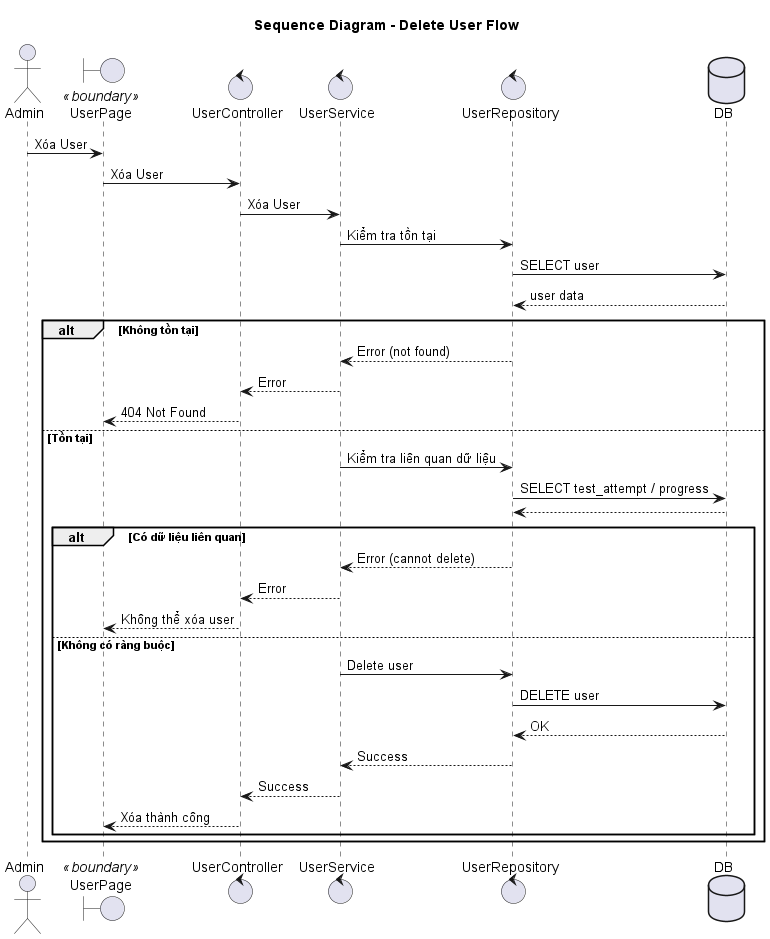
Before: out/sequence/xóa user/delete_user_sequence.png, a diagram exported from PlantUML (Faythpromax/E-Learning). The source it was exported from:
```plantuml
@startuml delete_user_sequence
title Sequence Diagram - Delete User Flow

actor Admin
boundary "UserPage" as UI <<boundary>>
control UserController
control UserService
control UserRepository
database DB

Admin -> UI: Xóa User
UI -> UserController: Xóa User

UserController -> UserService: Xóa User

UserService -> UserRepository: Kiểm tra tồn tại
UserRepository -> DB: SELECT user
DB --> UserRepository: user data

alt Không tồn tại
    UserRepository --> UserService: Error (not found)
    UserService --> UserController: Error
    UserController --> UI: 404 Not Found
else Tồn tại

    UserService -> UserRepository: Kiểm tra liên quan dữ liệu
    UserRepository -> DB: SELECT test_attempt / progress
    DB --> UserRepository

    alt Có dữ liệu liên quan
        UserRepository --> UserService: Error (cannot delete)
        UserService --> UserController: Error
        UserController --> UI: Không thể xóa user
    else Không có ràng buộc
        UserService -> UserRepository: Delete user
        UserRepository -> DB: DELETE user
        DB --> UserRepository: OK

        UserRepository --> UserService: Success
        UserService --> UserController: Success
        UserController --> UI: Xóa thành công
    end
end

@enduml
```
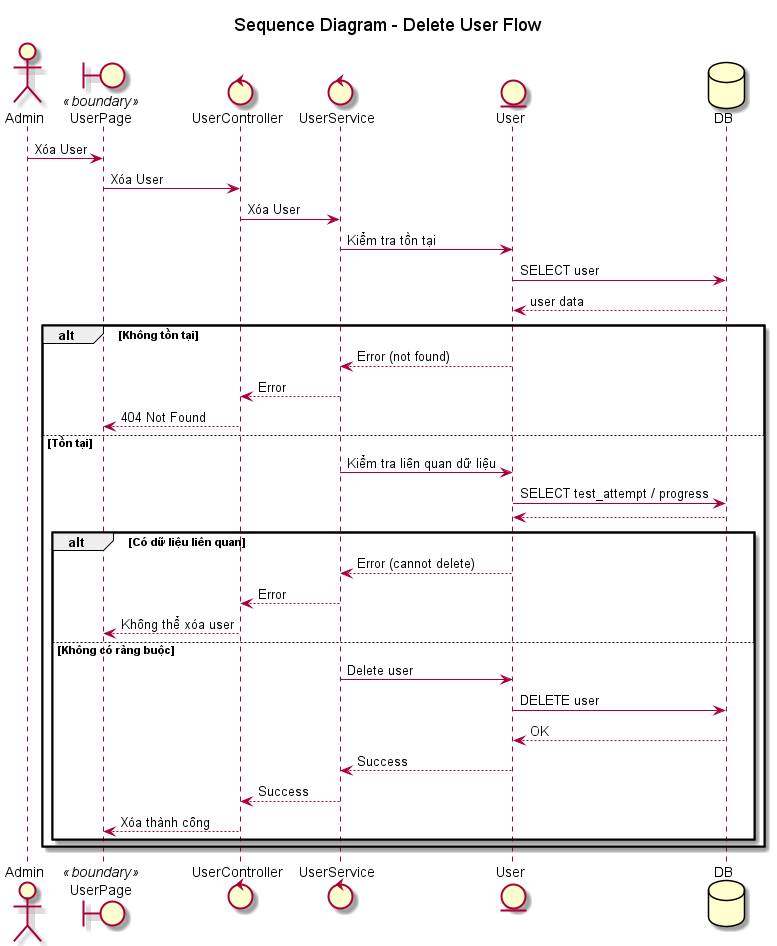
The same file after the commit.

Change to the diagram source:
```diff
@@ -5,7 +5,7 @@
 boundary "UserPage" as UI <<boundary>>
 control UserController
 control UserService
-control UserRepository
+entity "User" as User
 database DB
 
 Admin -> UI: Xóa User
@@ -13,30 +13,30 @@
 
 UserController -> UserService: Xóa User
 
-UserService -> UserRepository: Kiểm tra tồn tại
-UserRepository -> DB: SELECT user
-DB --> UserRepository: user data
+UserService -> User: Kiểm tra tồn tại
+User -> DB: SELECT user
+DB --> User: user data
 
 alt Không tồn tại
-    UserRepository --> UserService: Error (not found)
+    User --> UserService: Error (not found)
     UserService --> UserController: Error
     UserController --> UI: 404 Not Found
 else Tồn tại
 
-    UserService -> UserRepository: Kiểm tra liên quan dữ liệu
-    UserRepository -> DB: SELECT test_attempt / progress
-    DB --> UserRepository
+    UserService -> User: Kiểm tra liên quan dữ liệu
+    User -> DB: SELECT test_attempt / progress
+    DB --> User
 
     alt Có dữ liệu liên quan
-        UserRepository --> UserService: Error (cannot delete)
+        User --> UserService: Error (cannot delete)
         UserService --> UserController: Error
         UserController --> UI: Không thể xóa user
     else Không có ràng buộc
-        UserService -> UserRepository: Delete user
-        UserRepository -> DB: DELETE user
-        DB --> UserRepository: OK
+        UserService -> User: Delete user
+        User -> DB: DELETE user
+        DB --> User: OK
 
-        UserRepository --> UserService: Success
+        User --> UserService: Success
         UserService --> UserController: Success
         UserController --> UI: Xóa thành công
     end
```
